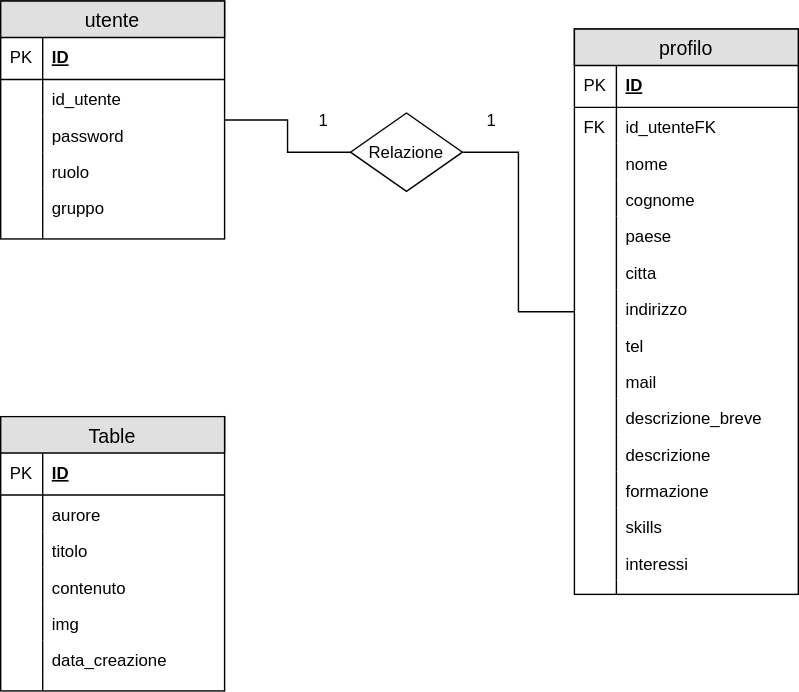
Before: diagram.svg, a diagram exported from draw.io (edoardocollo/php-oop-2). Source tidied: cells renumbered, new cells last; positions are measured from the earlier drawing's top-left corner, leaving out a move shared by most shapes.
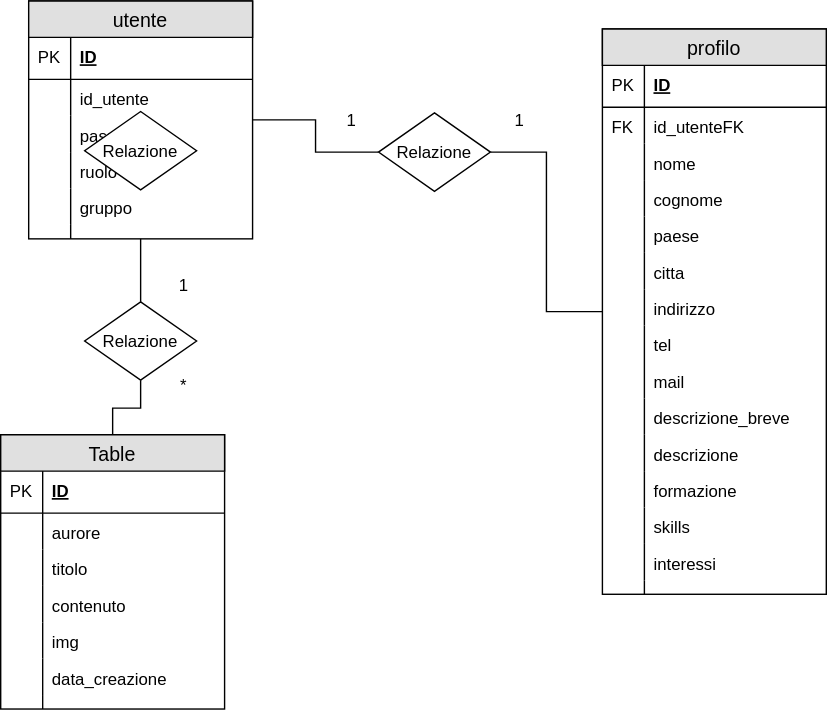
Later version of the same file.

The edit, as a diff of the source:
```diff
@@ -150,7 +150,7 @@
       <mxGeometry x="330" y="75" width="40" height="20" as="geometry" />
     </mxCell>
     <mxCell id="51" value="Table" style="swimlane;fontStyle=0;horizontal=1;startSize=26;fillColor=#e0e0e0;swimlaneFillColor=#ffffff;align=center;fontSize=14;" parent="1" vertex="1">
-      <mxGeometry y="297" width="160" height="196" as="geometry" />
+      <mxGeometry x="-20" y="310" width="160" height="196" as="geometry" />
     </mxCell>
     <mxCell id="52" value="ID" style="shape=partialRectangle;top=0;left=0;right=0;bottom=1;align=left;verticalAlign=middle;fillColor=none;spacingLeft=34;spacingRight=4;overflow=hidden;fontStyle=5;fontSize=12;" parent="51" vertex="1">
       <mxGeometry y="26" width="160" height="30" as="geometry" />
@@ -194,5 +194,23 @@
     <mxCell id="65" style="shape=partialRectangle;top=0;left=0;bottom=0;fillColor=none;align=left;verticalAlign=top;spacingLeft=4;spacingRight=4;overflow=hidden;fontSize=12;" parent="64" vertex="1">
       <mxGeometry width="30" height="10" as="geometry" />
     </mxCell>
+    <mxCell id="66" style="edgeStyle=orthogonalEdgeStyle;rounded=0;html=1;jettySize=auto;endArrow=none;endFill=0;" parent="1" edge="1" source="68" target="2">
+      <mxGeometry relative="1" as="geometry" />
+    </mxCell>
+    <mxCell id="67" style="edgeStyle=orthogonalEdgeStyle;rounded=0;html=1;exitX=0.5;exitY=1;jettySize=auto;endArrow=none;endFill=0;" parent="1" edge="1" source="68" target="51">
+      <mxGeometry relative="1" as="geometry" />
+    </mxCell>
+    <mxCell id="68" value="Relazione" style="rhombus;whiteSpace=wrap;html=1;" parent="1" vertex="1">
+      <mxGeometry x="40" y="215" width="80" height="56" as="geometry" />
+    </mxCell>
+    <mxCell id="69" value="Relazione" style="rhombus;whiteSpace=wrap;html=1;" parent="1" vertex="1">
+      <mxGeometry x="40" y="79" width="80" height="56" as="geometry" />
+    </mxCell>
+    <mxCell id="70" value="1" style="text;html=1;strokeColor=none;fillColor=none;align=center;verticalAlign=middle;whiteSpace=wrap;rounded=0;" parent="1" vertex="1">
+      <mxGeometry x="90" y="193" width="40" height="20" as="geometry" />
+    </mxCell>
+    <mxCell id="71" value="*" style="text;html=1;strokeColor=none;fillColor=none;align=center;verticalAlign=middle;whiteSpace=wrap;rounded=0;" parent="1" vertex="1">
+      <mxGeometry x="90" y="264" width="40" height="20" as="geometry" />
+    </mxCell>
   </root>
 </mxGraphModel>
```
